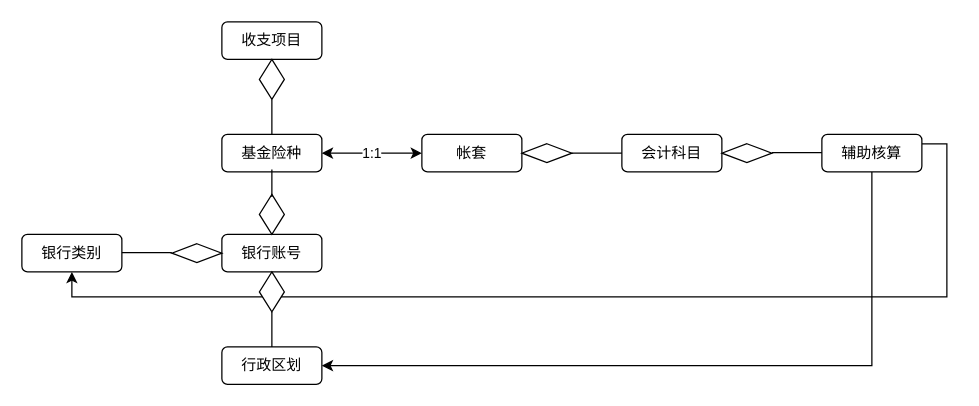
The draw.io diagram Untitled Diagram.drawio in firmboy/drawio, before the edit. Source tidied: cells renumbered, new cells numbered last; positions are measured from the earlier drawing's top-left corner, leaving out a move shared by most shapes. Both pictures are drawn from the tidied source at 125%, with x=0, y=0 at pixel (21, 21).
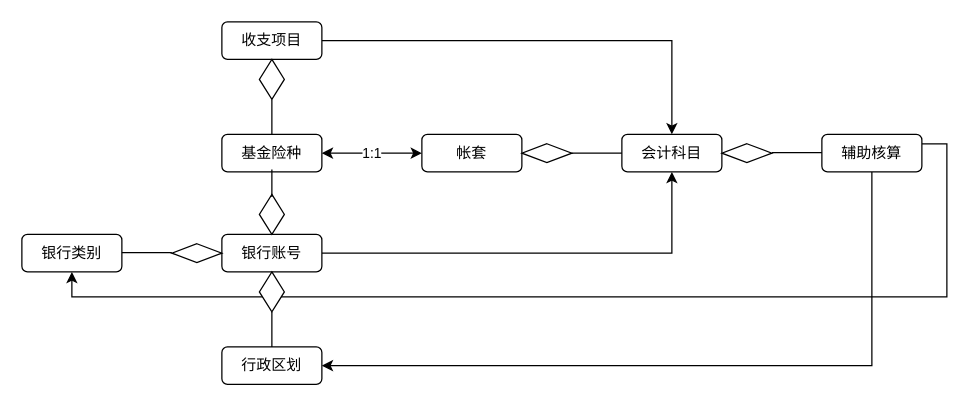
The same page after the edit.

Unchanged cells that the change refers to:
```xml
<mxCell id="3" value="银行账号" style="rounded=1;whiteSpace=wrap;html=1;" parent="1" vertex="1">
  <mxGeometry x="160" y="170" width="80" height="30" as="geometry" />
</mxCell>
<mxCell id="7" value="会计科目" style="rounded=1;whiteSpace=wrap;html=1;" parent="1" vertex="1">
  <mxGeometry x="480" y="90" width="80" height="30" as="geometry" />
</mxCell>
<mxCell id="11" value="收支项目" style="rounded=1;whiteSpace=wrap;html=1;" parent="1" vertex="1">
  <mxGeometry x="160" width="80" height="30" as="geometry" />
</mxCell>
```

Diff of the diagram source:
```diff
@@
+    <mxCell id="25" style="edgeStyle=orthogonalEdgeStyle;rounded=0;jettySize=auto;html=1;exitX=1;exitY=0.5;exitDx=0;exitDy=0;entryX=0.5;entryY=1;entryDx=0;entryDy=0;" parent="1" edge="1" source="3" target="7">
+      <mxGeometry relative="1" as="geometry" />
+    </mxCell>
@@
+    <mxCell id="26" style="edgeStyle=orthogonalEdgeStyle;rounded=0;jettySize=auto;html=1;exitX=1;exitY=0.5;exitDx=0;exitDy=0;entryX=0.5;entryY=0;entryDx=0;entryDy=0;" parent="1" edge="1" source="11" target="7">
+      <mxGeometry relative="1" as="geometry" />
+    </mxCell>
```
